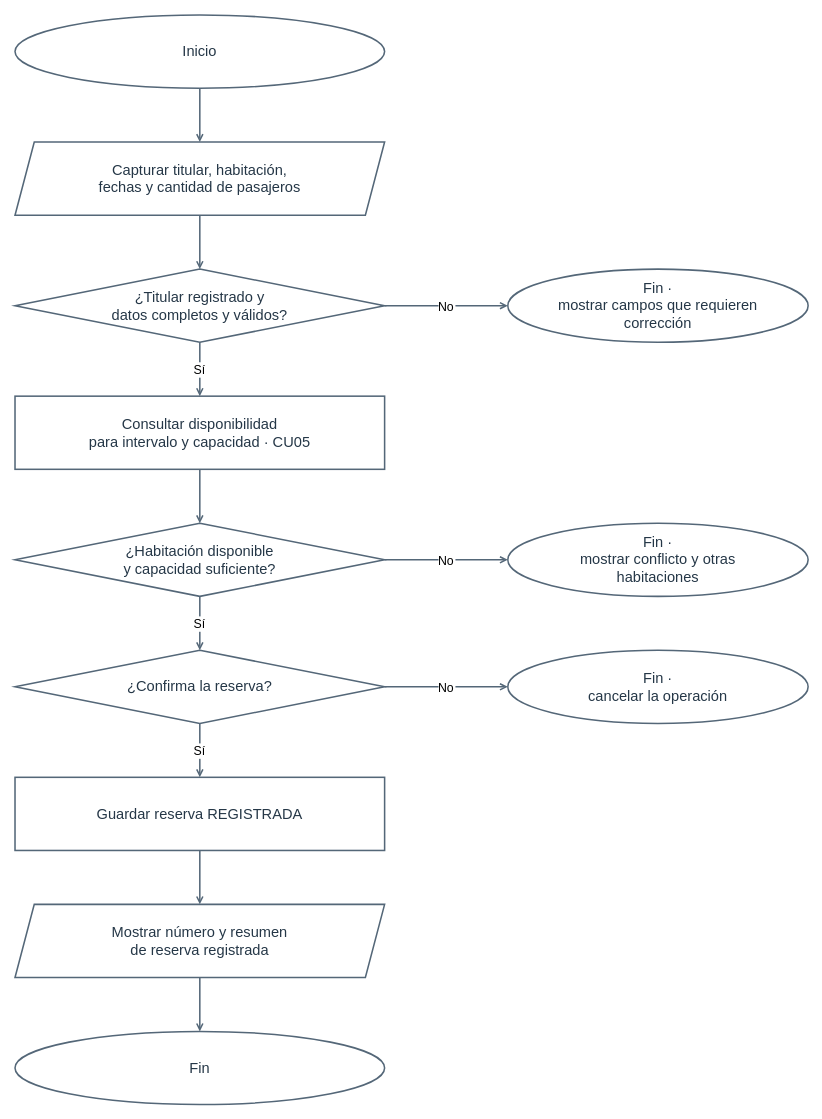
This is diagramas-editables/flujo-reserva.drawio from Yutre3/hotel-duerme-bien, a draw.io file, before an edit. Source tidied: cells renumbered, new cells numbered last; positions are measured from the earlier drawing's top-left corner, leaving out a move shared by most shapes. Both pictures are drawn from the tidied source at 77%, with x=0, y=0 at pixel (15, 15).
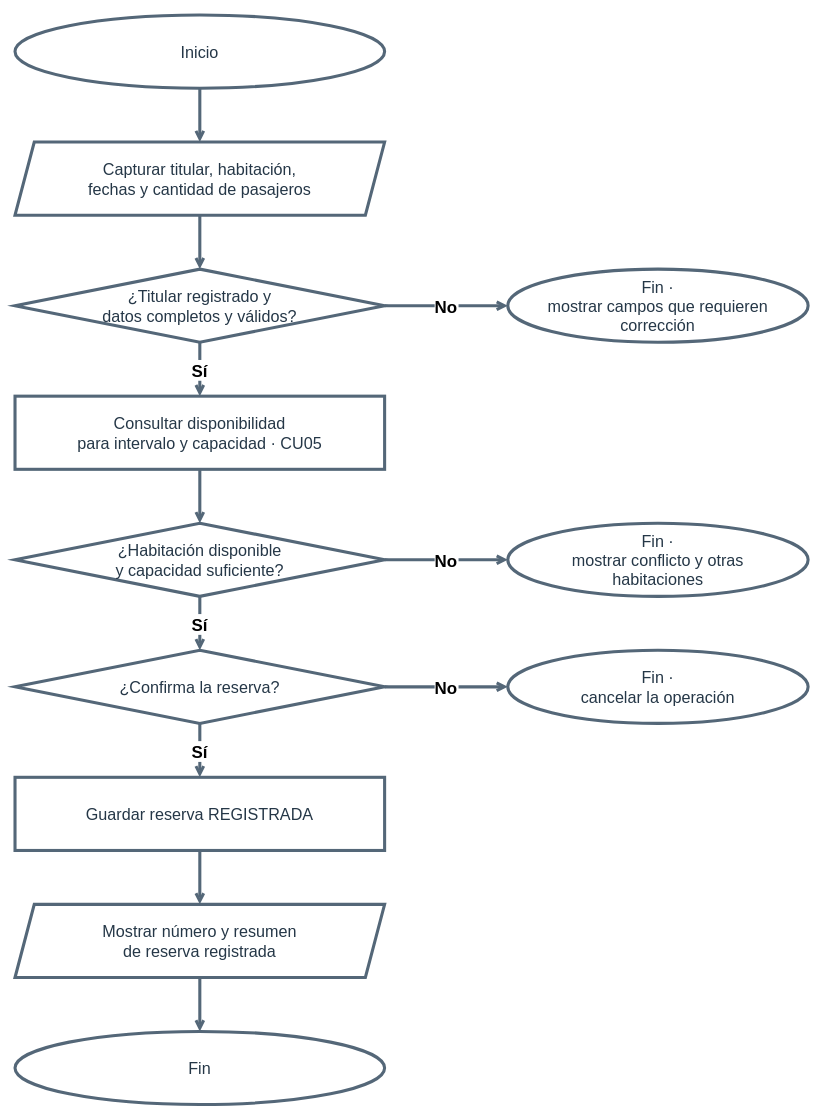
After the change.

Diff of the diagram source:
```diff
@@
-    <mxCell id="2" value="Inicio" style="ellipse;html=0;whiteSpace=wrap;strokeColor=#546778;strokeWidth=2;fillColor=#ffffff;fontColor=#253747;fontSize=19;" parent="1" vertex="1">
+    <mxCell id="2" value="Inicio" style="ellipse;html=0;whiteSpace=wrap;strokeColor=#546778;strokeWidth=4;fillColor=#ffffff;fontColor=#253747;fontSize=21;" parent="1" vertex="1">
       <mxGeometry width="480" height="95" as="geometry" />
     </mxCell>
-    <mxCell id="3" value="Capturar titular, habitación,&#10;fechas y cantidad de pasajeros" style="shape=parallelogram;fixedSize=1;size=25;html=0;whiteSpace=wrap;strokeColor=#546778;strokeWidth=2;fillColor=#ffffff;fontColor=#253747;fontSize=19;" parent="1" vertex="1">
+    <mxCell id="3" value="Capturar titular, habitación,&#10;fechas y cantidad de pasajeros" style="shape=parallelogram;fixedSize=1;size=25;html=0;whiteSpace=wrap;strokeColor=#546778;strokeWidth=4;fillColor=#ffffff;fontColor=#253747;fontSize=21;" parent="1" vertex="1">
       <mxGeometry y="165" width="480" height="95" as="geometry" />
     </mxCell>
-    <mxCell id="4" value="¿Titular registrado y&#10;datos completos y válidos?" style="rhombus;html=0;whiteSpace=wrap;strokeColor=#546778;strokeWidth=2;fillColor=#ffffff;fontColor=#253747;fontSize=19;" parent="1" vertex="1">
+    <mxCell id="4" value="¿Titular registrado y&#10;datos completos y válidos?" style="rhombus;html=0;whiteSpace=wrap;strokeColor=#546778;strokeWidth=4;fillColor=#ffffff;fontColor=#253747;fontSize=21;" parent="1" vertex="1">
       <mxGeometry y="330" width="480" height="95" as="geometry" />
     </mxCell>
-    <mxCell id="5" value="Consultar disponibilidad&#10;para intervalo y capacidad · CU05" style="rounded=0;html=0;whiteSpace=wrap;strokeColor=#546778;strokeWidth=2;fillColor=#ffffff;fontColor=#253747;fontSize=19;" parent="1" vertex="1">
+    <mxCell id="5" value="Consultar disponibilidad&#10;para intervalo y capacidad · CU05" style="rounded=0;html=0;whiteSpace=wrap;strokeColor=#546778;strokeWidth=4;fillColor=#ffffff;fontColor=#253747;fontSize=21;" parent="1" vertex="1">
       <mxGeometry y="495" width="480" height="95" as="geometry" />
     </mxCell>
-    <mxCell id="6" value="¿Habitación disponible&#10;y capacidad suficiente?" style="rhombus;html=0;whiteSpace=wrap;strokeColor=#546778;strokeWidth=2;fillColor=#ffffff;fontColor=#253747;fontSize=19;" parent="1" vertex="1">
+    <mxCell id="6" value="¿Habitación disponible&#10;y capacidad suficiente?" style="rhombus;html=0;whiteSpace=wrap;strokeColor=#546778;strokeWidth=4;fillColor=#ffffff;fontColor=#253747;fontSize=21;" parent="1" vertex="1">
       <mxGeometry y="660" width="480" height="95" as="geometry" />
     </mxCell>
-    <mxCell id="7" value="¿Confirma la reserva?" style="rhombus;html=0;whiteSpace=wrap;strokeColor=#546778;strokeWidth=2;fillColor=#ffffff;fontColor=#253747;fontSize=19;" parent="1" vertex="1">
+    <mxCell id="7" value="¿Confirma la reserva?" style="rhombus;html=0;whiteSpace=wrap;strokeColor=#546778;strokeWidth=4;fillColor=#ffffff;fontColor=#253747;fontSize=21;" parent="1" vertex="1">
       <mxGeometry y="825" width="480" height="95" as="geometry" />
     </mxCell>
-    <mxCell id="8" value="Guardar reserva REGISTRADA" style="rounded=0;html=0;whiteSpace=wrap;strokeColor=#546778;strokeWidth=2;fillColor=#ffffff;fontColor=#253747;fontSize=19;" parent="1" vertex="1">
+    <mxCell id="8" value="Guardar reserva REGISTRADA" style="rounded=0;html=0;whiteSpace=wrap;strokeColor=#546778;strokeWidth=4;fillColor=#ffffff;fontColor=#253747;fontSize=21;" parent="1" vertex="1">
       <mxGeometry y="990" width="480" height="95" as="geometry" />
     </mxCell>
-    <mxCell id="9" value="Mostrar número y resumen&#10;de reserva registrada" style="shape=parallelogram;fixedSize=1;size=25;html=0;whiteSpace=wrap;strokeColor=#546778;strokeWidth=2;fillColor=#ffffff;fontColor=#253747;fontSize=19;" parent="1" vertex="1">
+    <mxCell id="9" value="Mostrar número y resumen&#10;de reserva registrada" style="shape=parallelogram;fixedSize=1;size=25;html=0;whiteSpace=wrap;strokeColor=#546778;strokeWidth=4;fillColor=#ffffff;fontColor=#253747;fontSize=21;" parent="1" vertex="1">
       <mxGeometry y="1155" width="480" height="95" as="geometry" />
     </mxCell>
-    <mxCell id="10" value="Fin" style="ellipse;html=0;whiteSpace=wrap;strokeColor=#546778;strokeWidth=2;fillColor=#ffffff;fontColor=#253747;fontSize=19;" parent="1" vertex="1">
+    <mxCell id="10" value="Fin" style="ellipse;html=0;whiteSpace=wrap;strokeColor=#546778;strokeWidth=4;fillColor=#ffffff;fontColor=#253747;fontSize=21;" parent="1" vertex="1">
       <mxGeometry y="1320" width="480" height="95" as="geometry" />
     </mxCell>
-    <mxCell id="11" value="Fin ·&#10;mostrar campos que requieren&#10;corrección" style="ellipse;html=0;whiteSpace=wrap;strokeColor=#546778;strokeWidth=2;fillColor=#ffffff;fontColor=#253747;fontSize=19;" parent="1" vertex="1">
+    <mxCell id="11" value="Fin ·&#10;mostrar campos que requieren&#10;corrección" style="ellipse;html=0;whiteSpace=wrap;strokeColor=#546778;strokeWidth=4;fillColor=#ffffff;fontColor=#253747;fontSize=21;" parent="1" vertex="1">
       <mxGeometry x="640" y="330" width="390" height="95" as="geometry" />
     </mxCell>
-    <mxCell id="12" value="Fin ·&#10;mostrar conflicto y otras&#10;habitaciones" style="ellipse;html=0;whiteSpace=wrap;strokeColor=#546778;strokeWidth=2;fillColor=#ffffff;fontColor=#253747;fontSize=19;" parent="1" vertex="1">
+    <mxCell id="12" value="Fin ·&#10;mostrar conflicto y otras&#10;habitaciones" style="ellipse;html=0;whiteSpace=wrap;strokeColor=#546778;strokeWidth=4;fillColor=#ffffff;fontColor=#253747;fontSize=21;" parent="1" vertex="1">
       <mxGeometry x="640" y="660" width="390" height="95" as="geometry" />
     </mxCell>
-    <mxCell id="13" value="Fin ·&#10;cancelar la operación" style="ellipse;html=0;whiteSpace=wrap;strokeColor=#546778;strokeWidth=2;fillColor=#ffffff;fontColor=#253747;fontSize=19;" parent="1" vertex="1">
+    <mxCell id="13" value="Fin ·&#10;cancelar la operación" style="ellipse;html=0;whiteSpace=wrap;strokeColor=#546778;strokeWidth=4;fillColor=#ffffff;fontColor=#253747;fontSize=21;" parent="1" vertex="1">
       <mxGeometry x="640" y="825" width="390" height="95" as="geometry" />
     </mxCell>
-    <mxCell id="14" style="html=0;edgeStyle=orthogonalEdgeStyle;jettySize=24;rounded=0;strokeWidth=2;strokeColor=#546778;fontSize=16;endArrow=open;endFill=0;startArrow=none;startFill=0;exitX=0.5;exitY=1;exitPerimeter=0;entryX=0.5;entryY=0;entryPerimeter=0;" parent="1" edge="1" source="2" target="3">
+    <mxCell id="14" style="html=0;edgeStyle=orthogonalEdgeStyle;jettySize=32;rounded=0;strokeWidth=4;strokeColor=#546778;fontSize=22;fontStyle=1;endArrow=open;endFill=0;startArrow=none;startFill=0;exitX=0.5;exitY=1;exitPerimeter=0;entryX=0.5;entryY=0;entryPerimeter=0;" parent="1" edge="1" source="2" target="3">
       <mxGeometry relative="1" as="geometry" />
     </mxCell>
-    <mxCell id="15" style="html=0;edgeStyle=orthogonalEdgeStyle;jettySize=24;rounded=0;strokeWidth=2;strokeColor=#546778;fontSize=16;endArrow=open;endFill=0;startArrow=none;startFill=0;exitX=0.5;exitY=1;exitPerimeter=0;entryX=0.5;entryY=0;entryPerimeter=0;" parent="1" edge="1" source="3" target="4">
+    <mxCell id="15" style="html=0;edgeStyle=orthogonalEdgeStyle;jettySize=32;rounded=0;strokeWidth=4;strokeColor=#546778;fontSize=22;fontStyle=1;endArrow=open;endFill=0;startArrow=none;startFill=0;exitX=0.5;exitY=1;exitPerimeter=0;entryX=0.5;entryY=0;entryPerimeter=0;" parent="1" edge="1" source="3" target="4">
       <mxGeometry relative="1" as="geometry" />
     </mxCell>
-    <mxCell id="16" value="Sí" style="html=0;edgeStyle=orthogonalEdgeStyle;jettySize=24;rounded=0;strokeWidth=2;strokeColor=#546778;fontSize=16;endArrow=open;endFill=0;startArrow=none;startFill=0;exitX=0.5;exitY=1;exitPerimeter=0;entryX=0.5;entryY=0;entryPerimeter=0;" parent="1" edge="1" source="4" target="5">
+    <mxCell id="16" value="Sí" style="html=0;edgeStyle=orthogonalEdgeStyle;jettySize=32;rounded=0;strokeWidth=4;strokeColor=#546778;fontSize=22;fontStyle=1;endArrow=open;endFill=0;startArrow=none;startFill=0;exitX=0.5;exitY=1;exitPerimeter=0;entryX=0.5;entryY=0;entryPerimeter=0;" parent="1" edge="1" source="4" target="5">
       <mxGeometry relative="1" as="geometry" />
     </mxCell>
-    <mxCell id="17" style="html=0;edgeStyle=orthogonalEdgeStyle;jettySize=24;rounded=0;strokeWidth=2;strokeColor=#546778;fontSize=16;endArrow=open;endFill=0;startArrow=none;startFill=0;exitX=0.5;exitY=1;exitPerimeter=0;entryX=0.5;entryY=0;entryPerimeter=0;" parent="1" edge="1" source="5" target="6">
+    <mxCell id="17" style="html=0;edgeStyle=orthogonalEdgeStyle;jettySize=32;rounded=0;strokeWidth=4;strokeColor=#546778;fontSize=22;fontStyle=1;endArrow=open;endFill=0;startArrow=none;startFill=0;exitX=0.5;exitY=1;exitPerimeter=0;entryX=0.5;entryY=0;entryPerimeter=0;" parent="1" edge="1" source="5" target="6">
       <mxGeometry relative="1" as="geometry" />
     </mxCell>
-    <mxCell id="18" value="Sí" style="html=0;edgeStyle=orthogonalEdgeStyle;jettySize=24;rounded=0;strokeWidth=2;strokeColor=#546778;fontSize=16;endArrow=open;endFill=0;startArrow=none;startFill=0;exitX=0.5;exitY=1;exitPerimeter=0;entryX=0.5;entryY=0;entryPerimeter=0;" parent="1" edge="1" source="6" target="7">
+    <mxCell id="18" value="Sí" style="html=0;edgeStyle=orthogonalEdgeStyle;jettySize=32;rounded=0;strokeWidth=4;strokeColor=#546778;fontSize=22;fontStyle=1;endArrow=open;endFill=0;startArrow=none;startFill=0;exitX=0.5;exitY=1;exitPerimeter=0;entryX=0.5;entryY=0;entryPerimeter=0;" parent="1" edge="1" source="6" target="7">
       <mxGeometry relative="1" as="geometry" />
     </mxCell>
-    <mxCell id="19" value="Sí" style="html=0;edgeStyle=orthogonalEdgeStyle;jettySize=24;rounded=0;strokeWidth=2;strokeColor=#546778;fontSize=16;endArrow=open;endFill=0;startArrow=none;startFill=0;exitX=0.5;exitY=1;exitPerimeter=0;entryX=0.5;entryY=0;entryPerimeter=0;" parent="1" edge="1" source="7" target="8">
+    <mxCell id="19" value="Sí" style="html=0;edgeStyle=orthogonalEdgeStyle;jettySize=32;rounded=0;strokeWidth=4;strokeColor=#546778;fontSize=22;fontStyle=1;endArrow=open;endFill=0;startArrow=none;startFill=0;exitX=0.5;exitY=1;exitPerimeter=0;entryX=0.5;entryY=0;entryPerimeter=0;" parent="1" edge="1" source="7" target="8">
       <mxGeometry relative="1" as="geometry" />
     </mxCell>
-    <mxCell id="20" style="html=0;edgeStyle=orthogonalEdgeStyle;jettySize=24;rounded=0;strokeWidth=2;strokeColor=#546778;fontSize=16;endArrow=open;endFill=0;startArrow=none;startFill=0;exitX=0.5;exitY=1;exitPerimeter=0;entryX=0.5;entryY=0;entryPerimeter=0;" parent="1" edge="1" source="8" target="9">
+    <mxCell id="20" style="html=0;edgeStyle=orthogonalEdgeStyle;jettySize=32;rounded=0;strokeWidth=4;strokeColor=#546778;fontSize=22;fontStyle=1;endArrow=open;endFill=0;startArrow=none;startFill=0;exitX=0.5;exitY=1;exitPerimeter=0;entryX=0.5;entryY=0;entryPerimeter=0;" parent="1" edge="1" source="8" target="9">
       <mxGeometry relative="1" as="geometry" />
     </mxCell>
-    <mxCell id="21" style="html=0;edgeStyle=orthogonalEdgeStyle;jettySize=24;rounded=0;strokeWidth=2;strokeColor=#546778;fontSize=16;endArrow=open;endFill=0;startArrow=none;startFill=0;exitX=0.5;exitY=1;exitPerimeter=0;entryX=0.5;entryY=0;entryPerimeter=0;" parent="1" edge="1" source="9" target="10">
+    <mxCell id="21" style="html=0;edgeStyle=orthogonalEdgeStyle;jettySize=32;rounded=0;strokeWidth=4;strokeColor=#546778;fontSize=22;fontStyle=1;endArrow=open;endFill=0;startArrow=none;startFill=0;exitX=0.5;exitY=1;exitPerimeter=0;entryX=0.5;entryY=0;entryPerimeter=0;" parent="1" edge="1" source="9" target="10">
       <mxGeometry relative="1" as="geometry" />
     </mxCell>
-    <mxCell id="22" value="No" style="html=0;edgeStyle=orthogonalEdgeStyle;jettySize=24;rounded=0;strokeWidth=2;strokeColor=#546778;fontSize=16;endArrow=open;endFill=0;startArrow=none;startFill=0;exitX=1;exitY=0.5;exitPerimeter=0;entryX=0;entryY=0.5;entryPerimeter=0;" parent="1" edge="1" source="4" target="11">
+    <mxCell id="22" value="No" style="html=0;edgeStyle=orthogonalEdgeStyle;jettySize=32;rounded=0;strokeWidth=4;strokeColor=#546778;fontSize=22;fontStyle=1;endArrow=open;endFill=0;startArrow=none;startFill=0;exitX=1;exitY=0.5;exitPerimeter=0;entryX=0;entryY=0.5;entryPerimeter=0;" parent="1" edge="1" source="4" target="11">
       <mxGeometry relative="1" as="geometry" />
     </mxCell>
-    <mxCell id="23" value="No" style="html=0;edgeStyle=orthogonalEdgeStyle;jettySize=24;rounded=0;strokeWidth=2;strokeColor=#546778;fontSize=16;endArrow=open;endFill=0;startArrow=none;startFill=0;exitX=1;exitY=0.5;exitPerimeter=0;entryX=0;entryY=0.5;entryPerimeter=0;" parent="1" edge="1" source="6" target="12">
+    <mxCell id="23" value="No" style="html=0;edgeStyle=orthogonalEdgeStyle;jettySize=32;rounded=0;strokeWidth=4;strokeColor=#546778;fontSize=22;fontStyle=1;endArrow=open;endFill=0;startArrow=none;startFill=0;exitX=1;exitY=0.5;exitPerimeter=0;entryX=0;entryY=0.5;entryPerimeter=0;" parent="1" edge="1" source="6" target="12">
       <mxGeometry relative="1" as="geometry" />
     </mxCell>
-    <mxCell id="24" value="No" style="html=0;edgeStyle=orthogonalEdgeStyle;jettySize=24;rounded=0;strokeWidth=2;strokeColor=#546778;fontSize=16;endArrow=open;endFill=0;startArrow=none;startFill=0;exitX=1;exitY=0.5;exitPerimeter=0;entryX=0;entryY=0.5;entryPerimeter=0;" parent="1" edge="1" source="7" target="13">
+    <mxCell id="24" value="No" style="html=0;edgeStyle=orthogonalEdgeStyle;jettySize=32;rounded=0;strokeWidth=4;strokeColor=#546778;fontSize=22;fontStyle=1;endArrow=open;endFill=0;startArrow=none;startFill=0;exitX=1;exitY=0.5;exitPerimeter=0;entryX=0;entryY=0.5;entryPerimeter=0;" parent="1" edge="1" source="7" target="13">
       <mxGeometry relative="1" as="geometry" />
     </mxCell>
```
